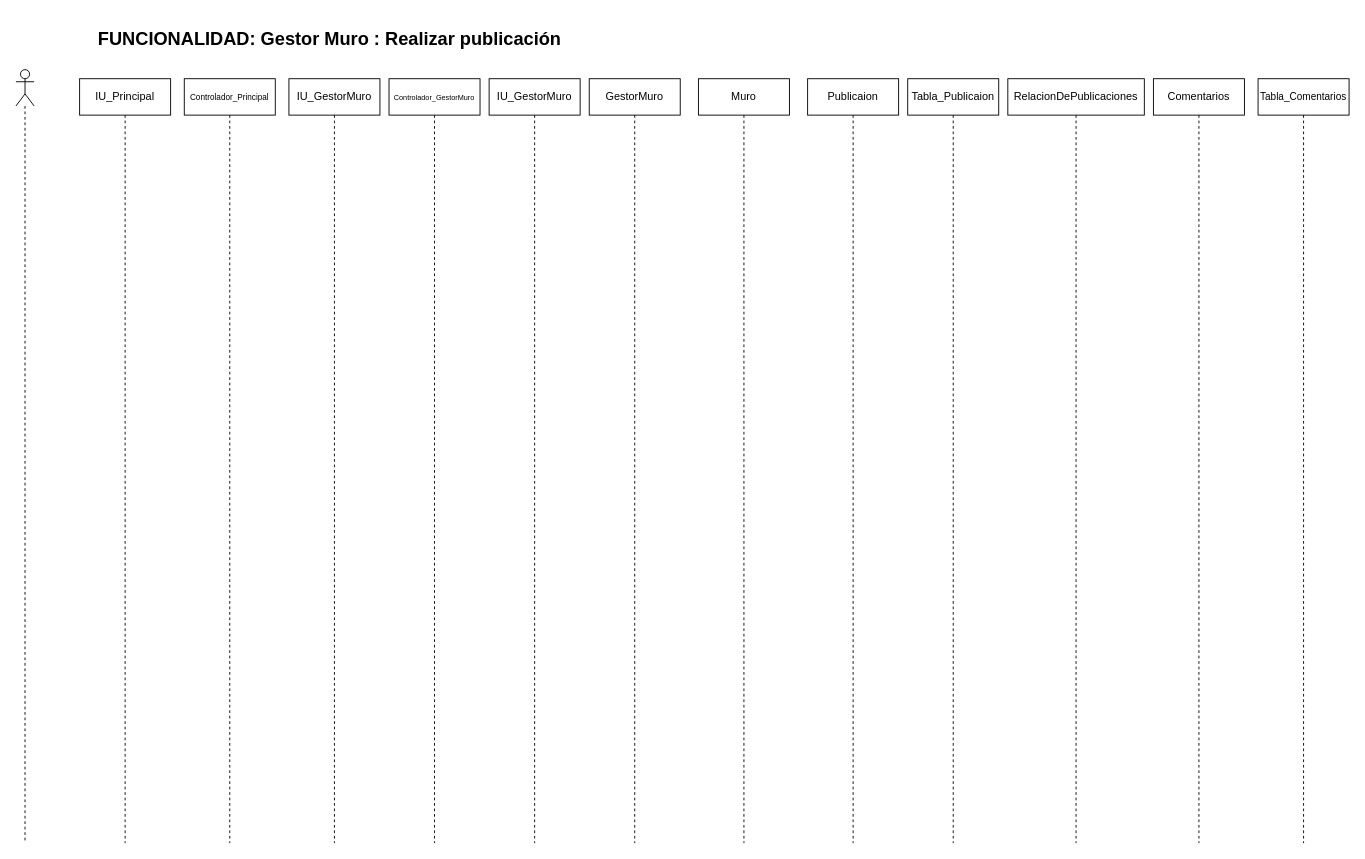
This is page "Page-3" (3 of 3) of Untitled Diagram.drawio from GamalielAbad12/UnProyecto, a draw.io file, before an edit. Source tidied: cells renumbered, new cells numbered last; positions are measured from the earlier drawing's top-left corner, leaving out a move shared by most shapes. Both pictures are drawn from the tidied source at 91%, with x=0, y=0 at pixel (15, 24).
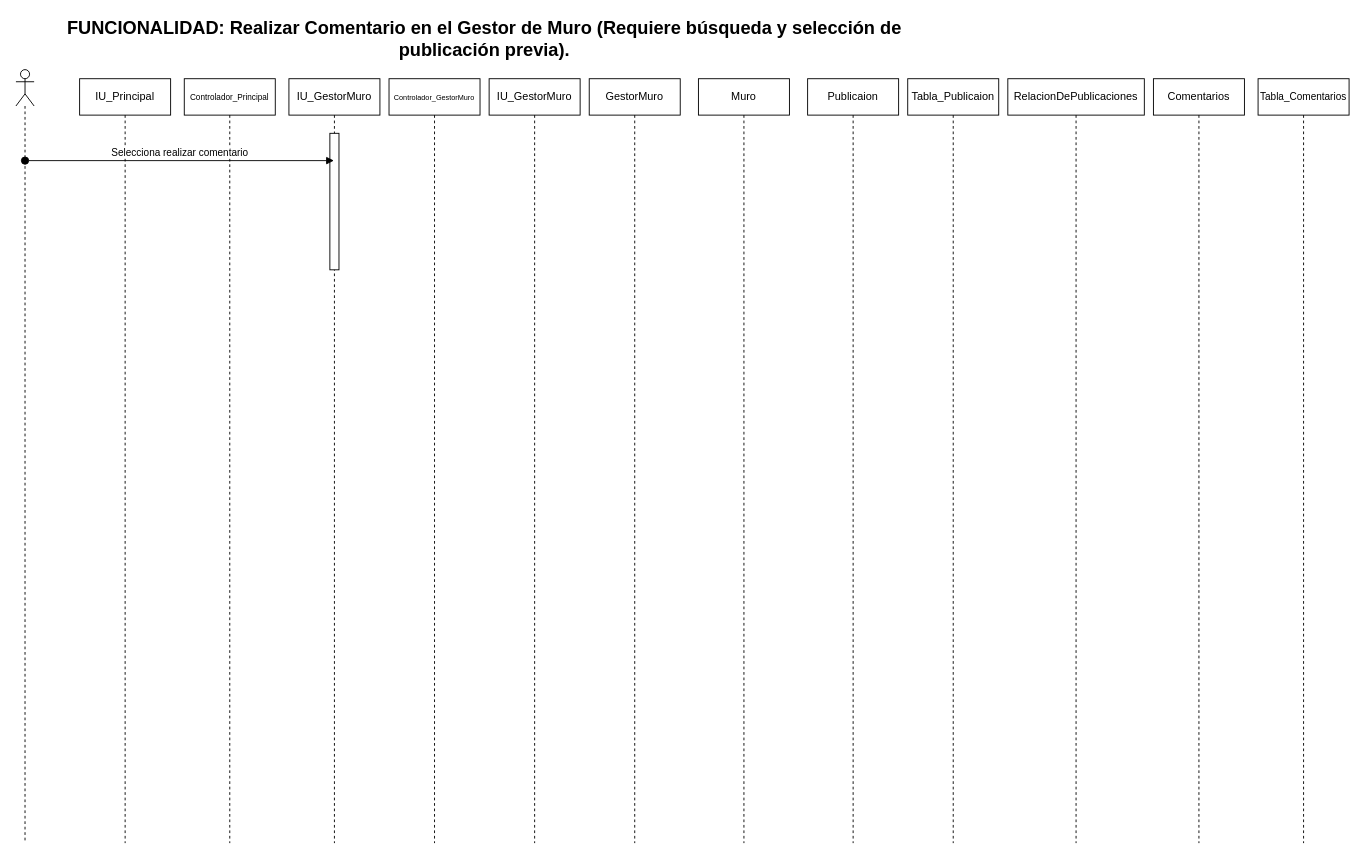
After the change.

The edit, as a diff of the source:
```diff
@@
 <mxGraphModel>
   <root>
     <mxCell id="0" />
     <mxCell id="1" parent="0" />
     <mxCell id="2" value="IU_Principal" style="shape=umlLifeline;perimeter=lifelinePerimeter;whiteSpace=wrap;html=1;newEdgeStyle={&quot;curved&quot;:0,&quot;rounded&quot;:0};" parent="1" vertex="1">
       <mxGeometry x="70" y="60" width="100" height="840" as="geometry" />
     </mxCell>
     <mxCell id="3" value="IU_GestorMuro" style="shape=umlLifeline;perimeter=lifelinePerimeter;whiteSpace=wrap;html=1;outlineConnect=0;portConstraint=eastwest;newEdgeStyle={&quot;curved&quot;:0,&quot;rounded&quot;:0};" parent="1" vertex="1">
       <mxGeometry x="300" y="60" width="100" height="840" as="geometry" />
     </mxCell>
+    <mxCell id="16" style="html=1;perimeter=orthogonalPerimeter;targetShapes=umlLifeline;newEdgeStyle={&quot;curved&quot;:0,&quot;rounded&quot;:0};" parent="3" vertex="1">
+      <mxGeometry x="45" y="60" width="10" height="150" as="geometry" />
+    </mxCell>
     <mxCell id="4" value="&lt;font style=&quot;font-size: 9px;&quot;&gt;Controlador_Principal&lt;/font&gt;" style="shape=umlLifeline;perimeter=lifelinePerimeter;whiteSpace=wrap;html=1;newEdgeStyle={&quot;curved&quot;:0,&quot;rounded&quot;:0};" parent="1" vertex="1">
       <mxGeometry x="185" y="60" width="100" height="840" as="geometry" />
     </mxCell>
     <mxCell id="5" value="&lt;font style=&quot;font-size: 8px;&quot;&gt;Controlador_GestorMuro&lt;/font&gt;" style="shape=umlLifeline;perimeter=lifelinePerimeter;whiteSpace=wrap;html=1;newEdgeStyle={&quot;curved&quot;:0,&quot;rounded&quot;:0};" parent="1" vertex="1">
       <mxGeometry x="410" y="60" width="100" height="840" as="geometry" />
     </mxCell>
     <mxCell id="6" value="IU_GestorMuro" style="shape=umlLifeline;perimeter=lifelinePerimeter;whiteSpace=wrap;html=1;newEdgeStyle={&quot;curved&quot;:0,&quot;rounded&quot;:0};" parent="1" vertex="1">
       <mxGeometry x="520" y="60" width="100" height="840" as="geometry" />
     </mxCell>
     <mxCell id="7" value="GestorMuro" style="shape=umlLifeline;perimeter=lifelinePerimeter;whiteSpace=wrap;html=1;newEdgeStyle={&quot;curved&quot;:0,&quot;rounded&quot;:0};" parent="1" vertex="1">
       <mxGeometry x="630" y="60" width="100" height="840" as="geometry" />
     </mxCell>
     <mxCell id="8" value="Muro" style="shape=umlLifeline;perimeter=lifelinePerimeter;whiteSpace=wrap;html=1;newEdgeStyle={&quot;curved&quot;:0,&quot;rounded&quot;:0};" parent="1" vertex="1">
       <mxGeometry x="750" y="60" width="100" height="840" as="geometry" />
     </mxCell>
     <mxCell id="9" value="Publicaion" style="shape=umlLifeline;perimeter=lifelinePerimeter;whiteSpace=wrap;html=1;newEdgeStyle={&quot;curved&quot;:0,&quot;rounded&quot;:0};" parent="1" vertex="1">
       <mxGeometry x="870" y="60" width="100" height="840" as="geometry" />
     </mxCell>
     <mxCell id="10" value="Comentarios" style="shape=umlLifeline;perimeter=lifelinePerimeter;whiteSpace=wrap;html=1;newEdgeStyle={&quot;curved&quot;:0,&quot;rounded&quot;:0};" parent="1" vertex="1">
       <mxGeometry x="1250" y="60" width="100" height="840" as="geometry" />
     </mxCell>
     <mxCell id="11" value="&lt;font style=&quot;font-size: 11px;&quot;&gt;Tabla_Comentarios&lt;/font&gt;" style="shape=umlLifeline;perimeter=lifelinePerimeter;whiteSpace=wrap;html=1;newEdgeStyle={&quot;curved&quot;:0,&quot;rounded&quot;:0};" parent="1" vertex="1">
       <mxGeometry x="1365" y="60" width="100" height="840" as="geometry" />
     </mxCell>
     <mxCell id="12" value="Tabla_Publicaion" style="shape=umlLifeline;perimeter=lifelinePerimeter;whiteSpace=wrap;html=1;newEdgeStyle={&quot;curved&quot;:0,&quot;rounded&quot;:0};" parent="1" vertex="1">
       <mxGeometry x="980" y="60" width="100" height="840" as="geometry" />
     </mxCell>
     <mxCell id="13" value="RelacionDePublicaciones" style="shape=umlLifeline;perimeter=lifelinePerimeter;whiteSpace=wrap;html=1;newEdgeStyle={&quot;curved&quot;:0,&quot;rounded&quot;:0};" parent="1" vertex="1">
       <mxGeometry x="1090" y="60" width="150" height="840" as="geometry" />
     </mxCell>
     <mxCell id="14" style="shape=umlLifeline;perimeter=lifelinePerimeter;whiteSpace=wrap;html=1;newEdgeStyle={&quot;curved&quot;:0,&quot;rounded&quot;:0};participant=umlActor;" parent="1" vertex="1">
       <mxGeometry y="50" width="20" height="850" as="geometry" />
     </mxCell>
-    <mxCell id="15" value="&lt;b&gt;&lt;font style=&quot;font-size: 20px;&quot;&gt;FUNCIONALIDAD: Gestor Muro : Realizar publicación&lt;/font&gt;&lt;/b&gt;" style="text;strokeColor=none;align=center;fillColor=none;html=1;verticalAlign=middle;whiteSpace=wrap;rounded=0;" parent="1" vertex="1">
-      <mxGeometry x="50" width="590" height="30" as="geometry" />
+    <mxCell id="15" value="&lt;span style=&quot;font-size: 20px;&quot;&gt;&lt;b&gt;FUNCIONALIDAD: Realizar Comentario en el Gestor de Muro (Requiere búsqueda y selección de publicación previa).&lt;/b&gt;&lt;/span&gt;" style="text;strokeColor=none;align=center;fillColor=none;html=1;verticalAlign=middle;whiteSpace=wrap;rounded=0;" parent="1" vertex="1">
+      <mxGeometry x="50" width="930" height="30" as="geometry" />
     </mxCell>
+    <mxCell id="17" value="Selecciona realizar comentario" style="html=1;verticalAlign=bottom;startArrow=oval;startFill=1;endArrow=block;startSize=8;curved=0;rounded=0;" parent="1" edge="1" target="3">
+      <mxGeometry relative="1" as="geometry">
+        <mxPoint x="10" y="150" as="sourcePoint" />
+      </mxGeometry>
+    </mxCell>
   </root>
 </mxGraphModel>
```
